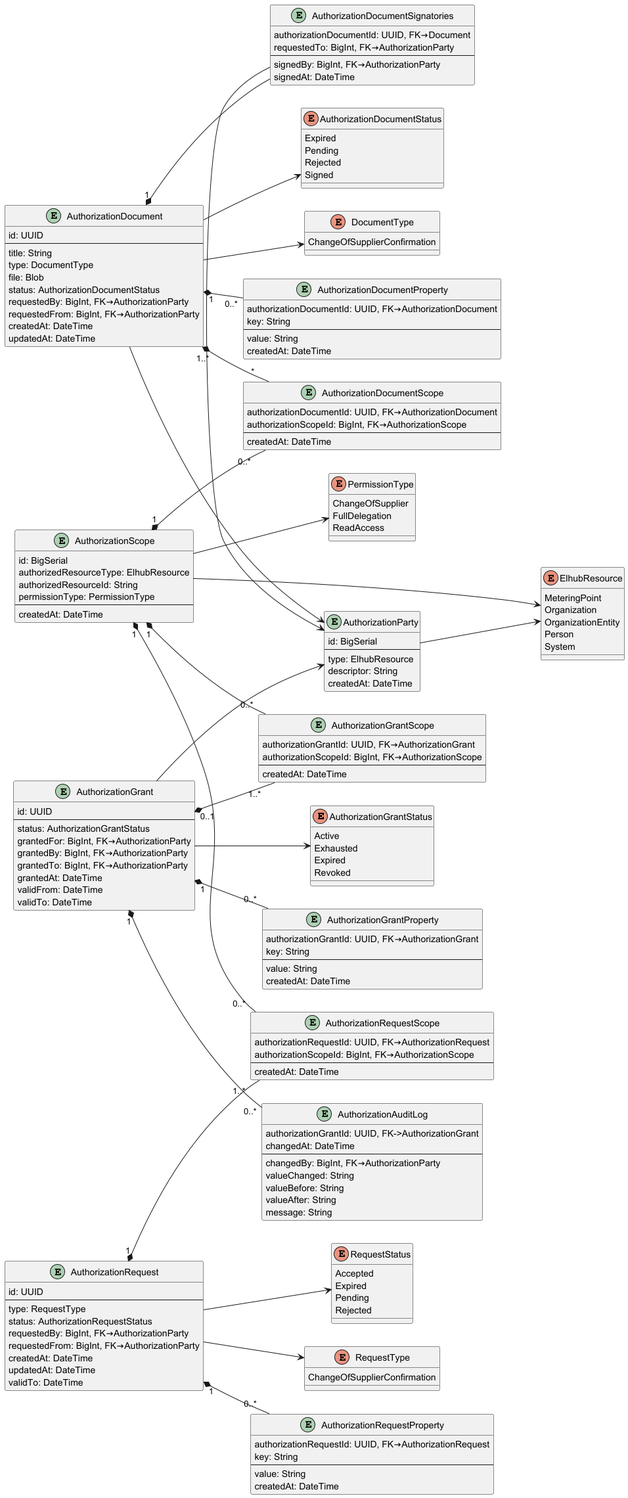
Earlier version of the PlantUML export docs/assets/datamodel.png (elhub/auth-grant-manager).
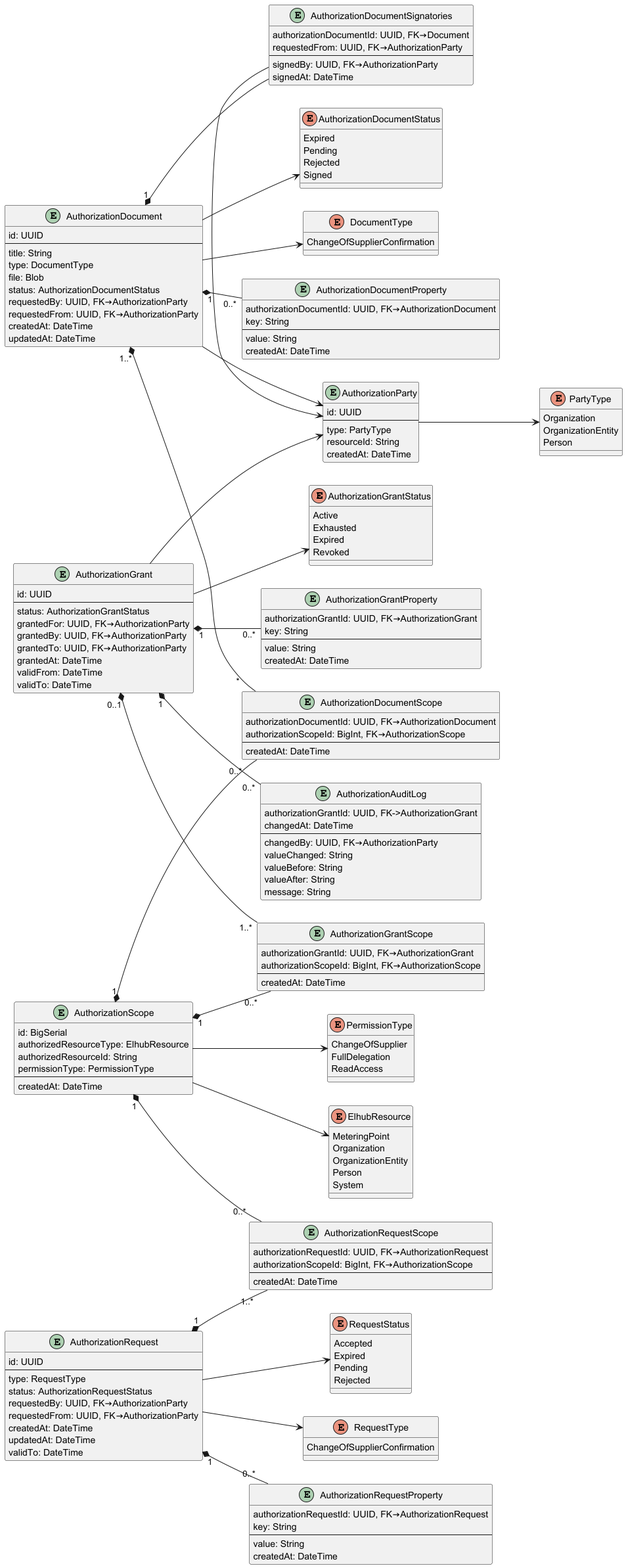
The same file after the commit.

Change to the diagram source:
```diff
@@ -37,6 +37,12 @@
   System
 }
 
+enum PartyType {
+  Organization
+  OrganizationEntity
+  Person
+}
+
 enum DocumentType {
   ChangeOfSupplierConfirmation
 }
@@ -49,9 +55,9 @@
   id: UUID
   --
   status: AuthorizationGrantStatus
-  grantedFor: BigInt, FK→AuthorizationParty
-  grantedBy: BigInt, FK→AuthorizationParty
-  grantedTo: BigInt, FK→AuthorizationParty
+  grantedFor: UUID, FK→AuthorizationParty
+  grantedBy: UUID, FK→AuthorizationParty
+  grantedTo: UUID, FK→AuthorizationParty
   grantedAt: DateTime
   validFrom: DateTime
   validTo: DateTime
@@ -69,7 +75,7 @@
   authorizationGrantId: UUID, FK->AuthorizationGrant
   changedAt: DateTime
   --
-  changedBy: BigInt, FK→AuthorizationParty
+  changedBy: UUID, FK→AuthorizationParty
   valueChanged: String
   valueBefore: String
   valueAfter: String
@@ -81,8 +87,8 @@
   --
   type: RequestType
   status: AuthorizationRequestStatus
-  requestedBy: BigInt, FK→AuthorizationParty
-  requestedFrom: BigInt, FK→AuthorizationParty
+  requestedBy: UUID, FK→AuthorizationParty
+  requestedFrom: UUID, FK→AuthorizationParty
   createdAt: DateTime
   updatedAt: DateTime
   validTo: DateTime
@@ -103,8 +109,8 @@
   type: DocumentType
   file: Blob
   status: AuthorizationDocumentStatus
-  requestedBy: BigInt, FK→AuthorizationParty
-  requestedFrom: BigInt, FK→AuthorizationParty
+  requestedBy: UUID, FK→AuthorizationParty
+  requestedFrom: UUID, FK→AuthorizationParty
   createdAt: DateTime
   updatedAt: DateTime
 }
@@ -119,9 +125,9 @@
 
 entity AuthorizationDocumentSignatories {
   authorizationDocumentId: UUID, FK→Document
-  requestedTo: BigInt, FK→AuthorizationParty
+  requestedFrom: UUID, FK→AuthorizationParty
   --
-  signedBy: BigInt, FK→AuthorizationParty
+  signedBy: UUID, FK→AuthorizationParty
   signedAt: DateTime
 }
 
@@ -156,10 +162,10 @@
 }
 
 entity AuthorizationParty {
-  id: BigSerial
+  id: UUID
   --
-  type: ElhubResource
-  descriptor: String
+  type: PartyType
+  resourceId: String
   createdAt: DateTime
 }
 
@@ -184,6 +190,6 @@
 AuthorizationRequest "1" *-- "1..*" AuthorizationRequestScope
 AuthorizationRequest --> RequestType
 AuthorizationRequest --> RequestStatus
-AuthorizationParty --> ElhubResource
+AuthorizationParty --> PartyType
 
 @enduml
```
